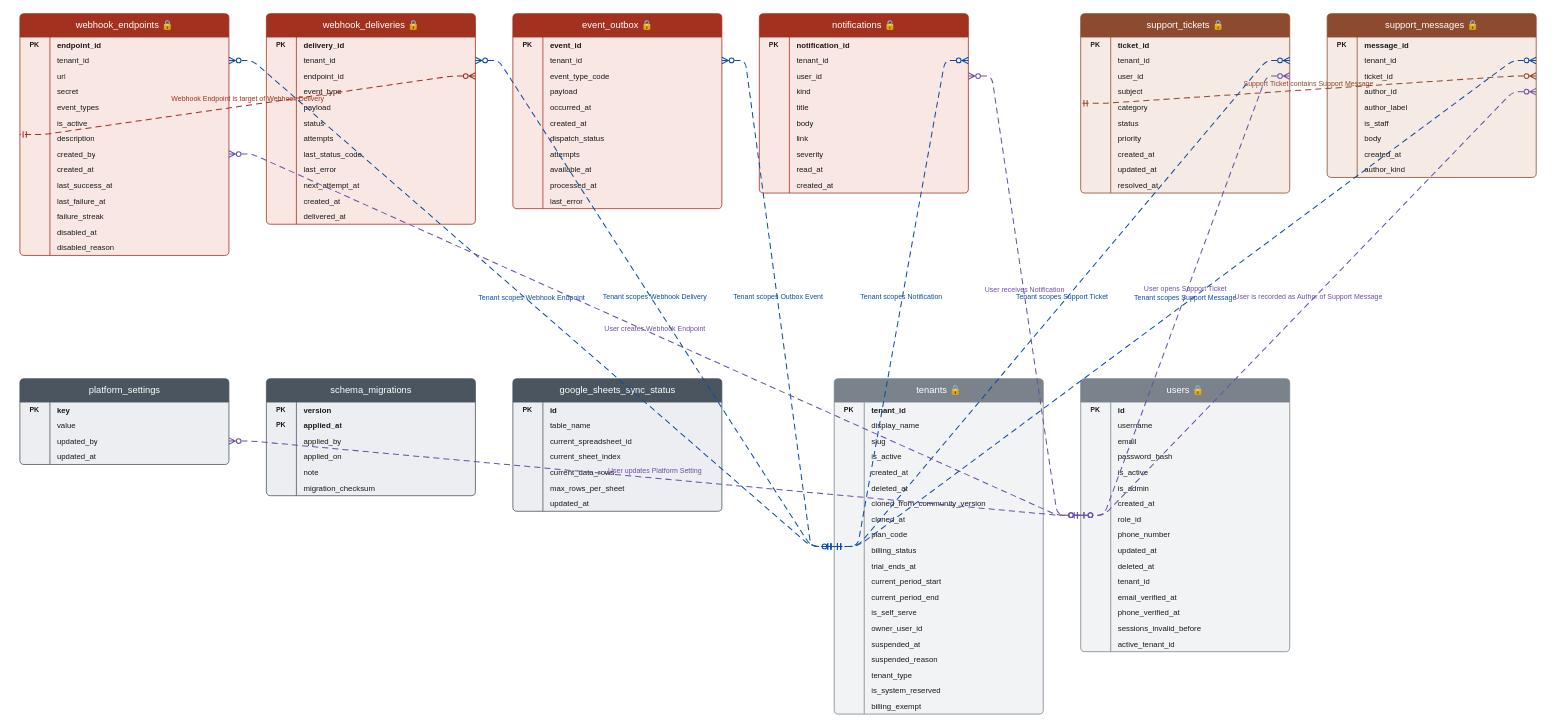
Before: docs/02-data/db/erd_groups/PDM_H.drawio in VOYA-SignBridge/VOYA-Collector, a draw.io diagram. Source tidied: cells renumbered, new cells numbered last; positions are measured from the earlier drawing's top-left corner, leaving out a move shared by most shapes. Both pictures are drawn from the tidied source at 78%, with x=0, y=0 at pixel (20, 13).
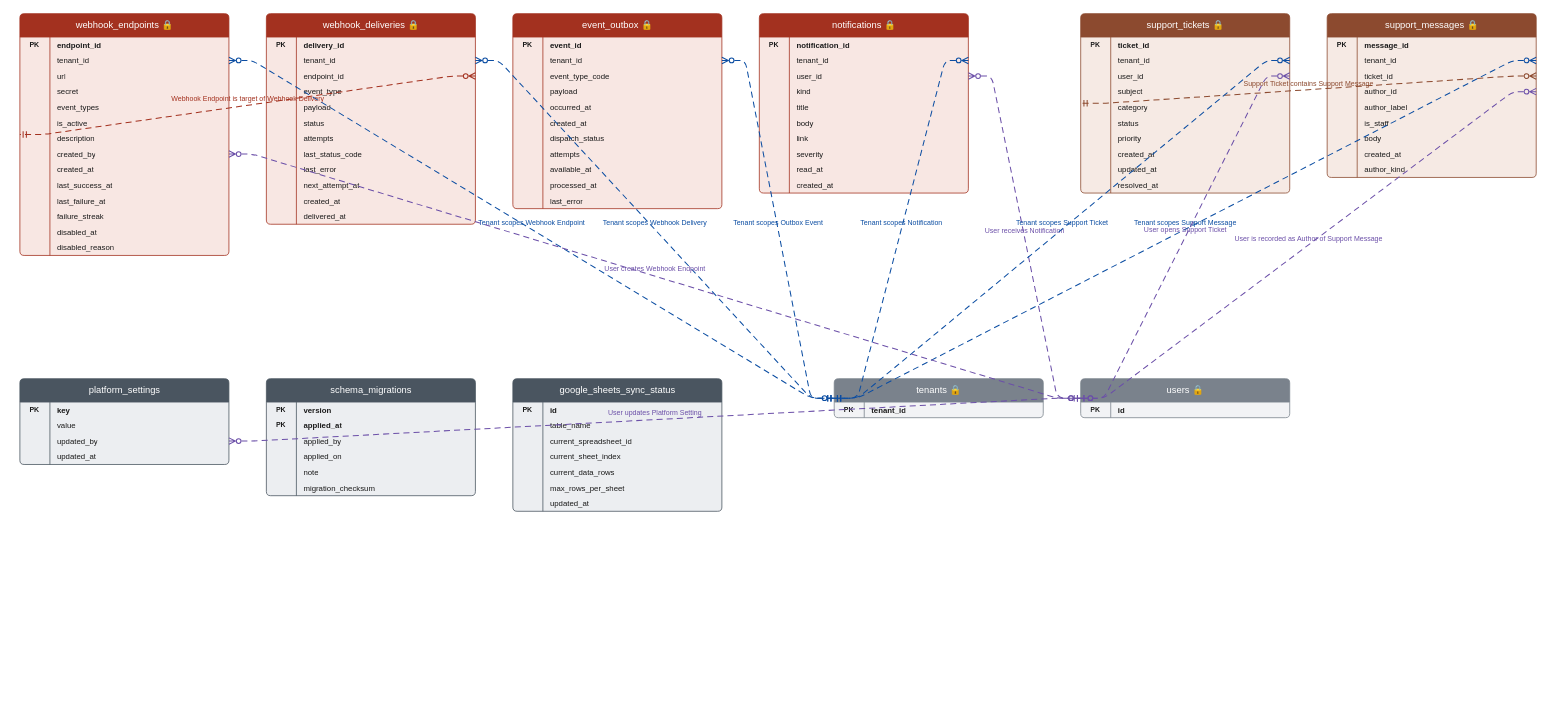
The same diagram, later.

What changed in the source:
```diff
@@
     <mxCell id="130" value="tenants 🔒" style="swimlane;fontStyle=0;horizontal=1;align=center;verticalAlign=middle;startSize=30;html=1;swimlaneFillColor=#F2F3F5;strokeColor=#7A828C;fillColor=#7A828C;fontColor=#FFFFFF;fontSize=12;rounded=1;arcSize=6;" parent="1" vertex="1">
-      <mxGeometry x="1044" y="468" width="268" height="430" as="geometry" />
+      <mxGeometry x="1044" y="468" width="268" height="50" as="geometry" />
     </mxCell>
     <mxCell id="131" style="line;direction=north;strokeColor=#7A828C;strokeWidth=1;html=1;" parent="1" vertex="1">
-      <mxGeometry x="1082" y="498" width="1" height="400" as="geometry" />
+      <mxGeometry x="1082" y="498" width="1" height="20" as="geometry" />
     </mxCell>
@@
-    <mxCell id="134" style="text;strokeColor=none;fillColor=none;align=center;verticalAlign=middle;overflow=hidden;html=1;fontSize=9;fontStyle=1;fontColor=#1A1A1A;" parent="130" vertex="1">
-      <mxGeometry y="50" width="38" height="20" as="geometry" />
-    </mxCell>
-    <mxCell id="135" value="display_name" style="text;strokeColor=none;fillColor=none;align=left;verticalAlign=middle;spacingLeft=8;spacingRight=6;overflow=hidden;whiteSpace=wrap;html=1;fontSize=10;fontColor=#1A1A1A;" parent="130" vertex="1">
-      <mxGeometry x="38" y="50" width="230" height="20" as="geometry" />
-    </mxCell>
-    <mxCell id="136" style="text;strokeColor=none;fillColor=none;align=center;verticalAlign=middle;overflow=hidden;html=1;fontSize=9;fontStyle=1;fontColor=#1A1A1A;" parent="130" vertex="1">
-      <mxGeometry y="70" width="38" height="20" as="geometry" />
-    </mxCell>
-    <mxCell id="137" value="slug" style="text;strokeColor=none;fillColor=none;align=left;verticalAlign=middle;spacingLeft=8;spacingRight=6;overflow=hidden;whiteSpace=wrap;html=1;fontSize=10;fontColor=#1A1A1A;" parent="130" vertex="1">
-      <mxGeometry x="38" y="70" width="230" height="20" as="geometry" />
-    </mxCell>
-    <mxCell id="138" style="text;strokeColor=none;fillColor=none;align=center;verticalAlign=middle;overflow=hidden;html=1;fontSize=9;fontStyle=1;fontColor=#1A1A1A;" parent="130" vertex="1">
-      <mxGeometry y="90" width="38" height="20" as="geometry" />
-    </mxCell>
-    <mxCell id="139" value="is_active" style="text;strokeColor=none;fillColor=none;align=left;verticalAlign=middle;spacingLeft=8;spacingRight=6;overflow=hidden;whiteSpace=wrap;html=1;fontSize=10;fontColor=#1A1A1A;" parent="130" vertex="1">
-      <mxGeometry x="38" y="90" width="230" height="20" as="geometry" />
-    </mxCell>
-    <mxCell id="140" style="text;strokeColor=none;fillColor=none;align=center;verticalAlign=middle;overflow=hidden;html=1;fontSize=9;fontStyle=1;fontColor=#1A1A1A;" parent="130" vertex="1">
-      <mxGeometry y="110" width="38" height="20" as="geometry" />
-    </mxCell>
-    <mxCell id="141" value="created_at" style="text;strokeColor=none;fillColor=none;align=left;verticalAlign=middle;spacingLeft=8;spacingRight=6;overflow=hidden;whiteSpace=wrap;html=1;fontSize=10;fontColor=#1A1A1A;" parent="130" vertex="1">
-      <mxGeometry x="38" y="110" width="230" height="20" as="geometry" />
-    </mxCell>
-    <mxCell id="142" style="text;strokeColor=none;fillColor=none;align=center;verticalAlign=middle;overflow=hidden;html=1;fontSize=9;fontStyle=1;fontColor=#1A1A1A;" parent="130" vertex="1">
-      <mxGeometry y="130" width="38" height="20" as="geometry" />
-    </mxCell>
-    <mxCell id="143" value="deleted_at" style="text;strokeColor=none;fillColor=none;align=left;verticalAlign=middle;spacingLeft=8;spacingRight=6;overflow=hidden;whiteSpace=wrap;html=1;fontSize=10;fontColor=#1A1A1A;" parent="130" vertex="1">
-      <mxGeometry x="38" y="130" width="230" height="20" as="geometry" />
-    </mxCell>
-    <mxCell id="144" style="text;strokeColor=none;fillColor=none;align=center;verticalAlign=middle;overflow=hidden;html=1;fontSize=9;fontStyle=1;fontColor=#1A1A1A;" parent="130" vertex="1">
-      <mxGeometry y="150" width="38" height="20" as="geometry" />
-    </mxCell>
-    <mxCell id="145" value="cloned_from_community_version" style="text;strokeColor=none;fillColor=none;align=left;verticalAlign=middle;spacingLeft=8;spacingRight=6;overflow=hidden;whiteSpace=wrap;html=1;fontSize=10;fontColor=#1A1A1A;" parent="130" vertex="1">
-      <mxGeometry x="38" y="150" width="230" height="20" as="geometry" />
-    </mxCell>
-    <mxCell id="146" style="text;strokeColor=none;fillColor=none;align=center;verticalAlign=middle;overflow=hidden;html=1;fontSize=9;fontStyle=1;fontColor=#1A1A1A;" parent="130" vertex="1">
-      <mxGeometry y="170" width="38" height="20" as="geometry" />
-    </mxCell>
-    <mxCell id="147" value="cloned_at" style="text;strokeColor=none;fillColor=none;align=left;verticalAlign=middle;spacingLeft=8;spacingRight=6;overflow=hidden;whiteSpace=wrap;html=1;fontSize=10;fontColor=#1A1A1A;" parent="130" vertex="1">
-      <mxGeometry x="38" y="170" width="230" height="20" as="geometry" />
-    </mxCell>
-    <mxCell id="148" style="text;strokeColor=none;fillColor=none;align=center;verticalAlign=middle;overflow=hidden;html=1;fontSize=9;fontStyle=1;fontColor=#1A1A1A;" parent="130" vertex="1">
-      <mxGeometry y="190" width="38" height="20" as="geometry" />
-    </mxCell>
-    <mxCell id="149" value="plan_code" style="text;strokeColor=none;fillColor=none;align=left;verticalAlign=middle;spacingLeft=8;spacingRight=6;overflow=hidden;whiteSpace=wrap;html=1;fontSize=10;fontColor=#1A1A1A;" parent="130" vertex="1">
-      <mxGeometry x="38" y="190" width="230" height="20" as="geometry" />
-    </mxCell>
-    <mxCell id="150" style="text;strokeColor=none;fillColor=none;align=center;verticalAlign=middle;overflow=hidden;html=1;fontSize=9;fontStyle=1;fontColor=#1A1A1A;" parent="130" vertex="1">
-      <mxGeometry y="210" width="38" height="20" as="geometry" />
-    </mxCell>
-    <mxCell id="151" value="billing_status" style="text;strokeColor=none;fillColor=none;align=left;verticalAlign=middle;spacingLeft=8;spacingRight=6;overflow=hidden;whiteSpace=wrap;html=1;fontSize=10;fontColor=#1A1A1A;" parent="130" vertex="1">
-      <mxGeometry x="38" y="210" width="230" height="20" as="geometry" />
-    </mxCell>
-    <mxCell id="152" style="text;strokeColor=none;fillColor=none;align=center;verticalAlign=middle;overflow=hidden;html=1;fontSize=9;fontStyle=1;fontColor=#1A1A1A;" parent="130" vertex="1">
-      <mxGeometry y="230" width="38" height="20" as="geometry" />
-    </mxCell>
-    <mxCell id="153" value="trial_ends_at" style="text;strokeColor=none;fillColor=none;align=left;verticalAlign=middle;spacingLeft=8;spacingRight=6;overflow=hidden;whiteSpace=wrap;html=1;fontSize=10;fontColor=#1A1A1A;" parent="130" vertex="1">
-      <mxGeometry x="38" y="230" width="230" height="20" as="geometry" />
-    </mxCell>
-    <mxCell id="154" style="text;strokeColor=none;fillColor=none;align=center;verticalAlign=middle;overflow=hidden;html=1;fontSize=9;fontStyle=1;fontColor=#1A1A1A;" parent="130" vertex="1">
-      <mxGeometry y="250" width="38" height="20" as="geometry" />
-    </mxCell>
-    <mxCell id="155" value="current_period_start" style="text;strokeColor=none;fillColor=none;align=left;verticalAlign=middle;spacingLeft=8;spacingRight=6;overflow=hidden;whiteSpace=wrap;html=1;fontSize=10;fontColor=#1A1A1A;" parent="130" vertex="1">
-      <mxGeometry x="38" y="250" width="230" height="20" as="geometry" />
-    </mxCell>
-    <mxCell id="156" style="text;strokeColor=none;fillColor=none;align=center;verticalAlign=middle;overflow=hidden;html=1;fontSize=9;fontStyle=1;fontColor=#1A1A1A;" parent="130" vertex="1">
-      <mxGeometry y="270" width="38" height="20" as="geometry" />
-    </mxCell>
-    <mxCell id="157" value="current_period_end" style="text;strokeColor=none;fillColor=none;align=left;verticalAlign=middle;spacingLeft=8;spacingRight=6;overflow=hidden;whiteSpace=wrap;html=1;fontSize=10;fontColor=#1A1A1A;" parent="130" vertex="1">
-      <mxGeometry x="38" y="270" width="230" height="20" as="geometry" />
-    </mxCell>
-    <mxCell id="158" style="text;strokeColor=none;fillColor=none;align=center;verticalAlign=middle;overflow=hidden;html=1;fontSize=9;fontStyle=1;fontColor=#1A1A1A;" parent="130" vertex="1">
-      <mxGeometry y="290" width="38" height="20" as="geometry" />
-    </mxCell>
-    <mxCell id="159" value="is_self_serve" style="text;strokeColor=none;fillColor=none;align=left;verticalAlign=middle;spacingLeft=8;spacingRight=6;overflow=hidden;whiteSpace=wrap;html=1;fontSize=10;fontColor=#1A1A1A;" parent="130" vertex="1">
-      <mxGeometry x="38" y="290" width="230" height="20" as="geometry" />
-    </mxCell>
-    <mxCell id="160" style="text;strokeColor=none;fillColor=none;align=center;verticalAlign=middle;overflow=hidden;html=1;fontSize=9;fontStyle=1;fontColor=#1A1A1A;" parent="130" vertex="1">
-      <mxGeometry y="310" width="38" height="20" as="geometry" />
-    </mxCell>
-    <mxCell id="161" value="owner_user_id" style="text;strokeColor=none;fillColor=none;align=left;verticalAlign=middle;spacingLeft=8;spacingRight=6;overflow=hidden;whiteSpace=wrap;html=1;fontSize=10;fontColor=#1A1A1A;" parent="130" vertex="1">
-      <mxGeometry x="38" y="310" width="230" height="20" as="geometry" />
-    </mxCell>
-    <mxCell id="162" style="text;strokeColor=none;fillColor=none;align=center;verticalAlign=middle;overflow=hidden;html=1;fontSize=9;fontStyle=1;fontColor=#1A1A1A;" parent="130" vertex="1">
-      <mxGeometry y="330" width="38" height="20" as="geometry" />
-    </mxCell>
-    <mxCell id="163" value="suspended_at" style="text;strokeColor=none;fillColor=none;align=left;verticalAlign=middle;spacingLeft=8;spacingRight=6;overflow=hidden;whiteSpace=wrap;html=1;fontSize=10;fontColor=#1A1A1A;" parent="130" vertex="1">
-      <mxGeometry x="38" y="330" width="230" height="20" as="geometry" />
-    </mxCell>
-    <mxCell id="164" style="text;strokeColor=none;fillColor=none;align=center;verticalAlign=middle;overflow=hidden;html=1;fontSize=9;fontStyle=1;fontColor=#1A1A1A;" parent="130" vertex="1">
-      <mxGeometry y="350" width="38" height="20" as="geometry" />
-    </mxCell>
-    <mxCell id="165" value="suspended_reason" style="text;strokeColor=none;fillColor=none;align=left;verticalAlign=middle;spacingLeft=8;spacingRight=6;overflow=hidden;whiteSpace=wrap;html=1;fontSize=10;fontColor=#1A1A1A;" parent="130" vertex="1">
-      <mxGeometry x="38" y="350" width="230" height="20" as="geometry" />
-    </mxCell>
-    <mxCell id="166" style="text;strokeColor=none;fillColor=none;align=center;verticalAlign=middle;overflow=hidden;html=1;fontSize=9;fontStyle=1;fontColor=#1A1A1A;" parent="130" vertex="1">
-      <mxGeometry y="370" width="38" height="20" as="geometry" />
-    </mxCell>
-    <mxCell id="167" value="tenant_type" style="text;strokeColor=none;fillColor=none;align=left;verticalAlign=middle;spacingLeft=8;spacingRight=6;overflow=hidden;whiteSpace=wrap;html=1;fontSize=10;fontColor=#1A1A1A;" parent="130" vertex="1">
-      <mxGeometry x="38" y="370" width="230" height="20" as="geometry" />
-    </mxCell>
-    <mxCell id="168" style="text;strokeColor=none;fillColor=none;align=center;verticalAlign=middle;overflow=hidden;html=1;fontSize=9;fontStyle=1;fontColor=#1A1A1A;" parent="130" vertex="1">
-      <mxGeometry y="390" width="38" height="20" as="geometry" />
-    </mxCell>
-    <mxCell id="169" value="is_system_reserved" style="text;strokeColor=none;fillColor=none;align=left;verticalAlign=middle;spacingLeft=8;spacingRight=6;overflow=hidden;whiteSpace=wrap;html=1;fontSize=10;fontColor=#1A1A1A;" parent="130" vertex="1">
-      <mxGeometry x="38" y="390" width="230" height="20" as="geometry" />
-    </mxCell>
-    <mxCell id="170" style="text;strokeColor=none;fillColor=none;align=center;verticalAlign=middle;overflow=hidden;html=1;fontSize=9;fontStyle=1;fontColor=#1A1A1A;" parent="130" vertex="1">
-      <mxGeometry y="410" width="38" height="20" as="geometry" />
-    </mxCell>
-    <mxCell id="171" value="billing_exempt" style="text;strokeColor=none;fillColor=none;align=left;verticalAlign=middle;spacingLeft=8;spacingRight=6;overflow=hidden;whiteSpace=wrap;html=1;fontSize=10;fontColor=#1A1A1A;" parent="130" vertex="1">
-      <mxGeometry x="38" y="410" width="230" height="20" as="geometry" />
-    </mxCell>
     <mxCell id="172" value="users 🔒" style="swimlane;fontStyle=0;horizontal=1;align=center;verticalAlign=middle;startSize=30;html=1;swimlaneFillColor=#F2F3F5;strokeColor=#7A828C;fillColor=#7A828C;fontColor=#FFFFFF;fontSize=12;rounded=1;arcSize=6;" parent="1" vertex="1">
-      <mxGeometry x="1360" y="468" width="268" height="350" as="geometry" />
+      <mxGeometry x="1360" y="468" width="268" height="50" as="geometry" />
     </mxCell>
     <mxCell id="173" style="line;direction=north;strokeColor=#7A828C;strokeWidth=1;html=1;" parent="1" vertex="1">
-      <mxGeometry x="1398" y="498" width="1" height="320" as="geometry" />
+      <mxGeometry x="1398" y="498" width="1" height="20" as="geometry" />
     </mxCell>
@@
-    <mxCell id="176" style="text;strokeColor=none;fillColor=none;align=center;verticalAlign=middle;overflow=hidden;html=1;fontSize=9;fontStyle=1;fontColor=#1A1A1A;" parent="172" vertex="1">
-      <mxGeometry y="50" width="38" height="20" as="geometry" />
-    </mxCell>
-    <mxCell id="177" value="username" style="text;strokeColor=none;fillColor=none;align=left;verticalAlign=middle;spacingLeft=8;spacingRight=6;overflow=hidden;whiteSpace=wrap;html=1;fontSize=10;fontColor=#1A1A1A;" parent="172" vertex="1">
-      <mxGeometry x="38" y="50" width="230" height="20" as="geometry" />
-    </mxCell>
-    <mxCell id="178" style="text;strokeColor=none;fillColor=none;align=center;verticalAlign=middle;overflow=hidden;html=1;fontSize=9;fontStyle=1;fontColor=#1A1A1A;" parent="172" vertex="1">
-      <mxGeometry y="70" width="38" height="20" as="geometry" />
-    </mxCell>
-    <mxCell id="179" value="email" style="text;strokeColor=none;fillColor=none;align=left;verticalAlign=middle;spacingLeft=8;spacingRight=6;overflow=hidden;whiteSpace=wrap;html=1;fontSize=10;fontColor=#1A1A1A;" parent="172" vertex="1">
-      <mxGeometry x="38" y="70" width="230" height="20" as="geometry" />
-    </mxCell>
-    <mxCell id="180" style="text;strokeColor=none;fillColor=none;align=center;verticalAlign=middle;overflow=hidden;html=1;fontSize=9;fontStyle=1;fontColor=#1A1A1A;" parent="172" vertex="1">
-      <mxGeometry y="90" width="38" height="20" as="geometry" />
-    </mxCell>
-    <mxCell id="181" value="password_hash" style="text;strokeColor=none;fillColor=none;align=left;verticalAlign=middle;spacingLeft=8;spacingRight=6;overflow=hidden;whiteSpace=wrap;html=1;fontSize=10;fontColor=#1A1A1A;" parent="172" vertex="1">
-      <mxGeometry x="38" y="90" width="230" height="20" as="geometry" />
-    </mxCell>
-    <mxCell id="182" style="text;strokeColor=none;fillColor=none;align=center;verticalAlign=middle;overflow=hidden;html=1;fontSize=9;fontStyle=1;fontColor=#1A1A1A;" parent="172" vertex="1">
-      <mxGeometry y="110" width="38" height="20" as="geometry" />
-    </mxCell>
-    <mxCell id="183" value="is_active" style="text;strokeColor=none;fillColor=none;align=left;verticalAlign=middle;spacingLeft=8;spacingRight=6;overflow=hidden;whiteSpace=wrap;html=1;fontSize=10;fontColor=#1A1A1A;" parent="172" vertex="1">
-      <mxGeometry x="38" y="110" width="230" height="20" as="geometry" />
-    </mxCell>
-    <mxCell id="184" style="text;strokeColor=none;fillColor=none;align=center;verticalAlign=middle;overflow=hidden;html=1;fontSize=9;fontStyle=1;fontColor=#1A1A1A;" parent="172" vertex="1">
-      <mxGeometry y="130" width="38" height="20" as="geometry" />
-    </mxCell>
-    <mxCell id="185" value="is_admin" style="text;strokeColor=none;fillColor=none;align=left;verticalAlign=middle;spacingLeft=8;spacingRight=6;overflow=hidden;whiteSpace=wrap;html=1;fontSize=10;fontColor=#1A1A1A;" parent="172" vertex="1">
-      <mxGeometry x="38" y="130" width="230" height="20" as="geometry" />
-    </mxCell>
-    <mxCell id="186" style="text;strokeColor=none;fillColor=none;align=center;verticalAlign=middle;overflow=hidden;html=1;fontSize=9;fontStyle=1;fontColor=#1A1A1A;" parent="172" vertex="1">
-      <mxGeometry y="150" width="38" height="20" as="geometry" />
-    </mxCell>
-    <mxCell id="187" value="created_at" style="text;strokeColor=none;fillColor=none;align=left;verticalAlign=middle;spacingLeft=8;spacingRight=6;overflow=hidden;whiteSpace=wrap;html=1;fontSize=10;fontColor=#1A1A1A;" parent="172" vertex="1">
-      <mxGeometry x="38" y="150" width="230" height="20" as="geometry" />
-    </mxCell>
-    <mxCell id="188" style="text;strokeColor=none;fillColor=none;align=center;verticalAlign=middle;overflow=hidden;html=1;fontSize=9;fontStyle=1;fontColor=#1A1A1A;" parent="172" vertex="1">
-      <mxGeometry y="170" width="38" height="20" as="geometry" />
-    </mxCell>
-    <mxCell id="189" value="role_id" style="text;strokeColor=none;fillColor=none;align=left;verticalAlign=middle;spacingLeft=8;spacingRight=6;overflow=hidden;whiteSpace=wrap;html=1;fontSize=10;fontColor=#1A1A1A;" parent="172" vertex="1">
-      <mxGeometry x="38" y="170" width="230" height="20" as="geometry" />
-    </mxCell>
-    <mxCell id="190" style="text;strokeColor=none;fillColor=none;align=center;verticalAlign=middle;overflow=hidden;html=1;fontSize=9;fontStyle=1;fontColor=#1A1A1A;" parent="172" vertex="1">
-      <mxGeometry y="190" width="38" height="20" as="geometry" />
-    </mxCell>
-    <mxCell id="191" value="phone_number" style="text;strokeColor=none;fillColor=none;align=left;verticalAlign=middle;spacingLeft=8;spacingRight=6;overflow=hidden;whiteSpace=wrap;html=1;fontSize=10;fontColor=#1A1A1A;" parent="172" vertex="1">
-      <mxGeometry x="38" y="190" width="230" height="20" as="geometry" />
-    </mxCell>
-    <mxCell id="192" style="text;strokeColor=none;fillColor=none;align=center;verticalAlign=middle;overflow=hidden;html=1;fontSize=9;fontStyle=1;fontColor=#1A1A1A;" parent="172" vertex="1">
-      <mxGeometry y="210" width="38" height="20" as="geometry" />
-    </mxCell>
-    <mxCell id="193" value="updated_at" style="text;strokeColor=none;fillColor=none;align=left;verticalAlign=middle;spacingLeft=8;spacingRight=6;overflow=hidden;whiteSpace=wrap;html=1;fontSize=10;fontColor=#1A1A1A;" parent="172" vertex="1">
-      <mxGeometry x="38" y="210" width="230" height="20" as="geometry" />
-    </mxCell>
-    <mxCell id="194" style="text;strokeColor=none;fillColor=none;align=center;verticalAlign=middle;overflow=hidden;html=1;fontSize=9;fontStyle=1;fontColor=#1A1A1A;" parent="172" vertex="1">
-      <mxGeometry y="230" width="38" height="20" as="geometry" />
-    </mxCell>
-    <mxCell id="195" value="deleted_at" style="text;strokeColor=none;fillColor=none;align=left;verticalAlign=middle;spacingLeft=8;spacingRight=6;overflow=hidden;whiteSpace=wrap;html=1;fontSize=10;fontColor=#1A1A1A;" parent="172" vertex="1">
-      <mxGeometry x="38" y="230" width="230" height="20" as="geometry" />
-    </mxCell>
-    <mxCell id="196" style="text;strokeColor=none;fillColor=none;align=center;verticalAlign=middle;overflow=hidden;html=1;fontSize=9;fontStyle=1;fontColor=#1A1A1A;" parent="172" vertex="1">
-      <mxGeometry y="250" width="38" height="20" as="geometry" />
-    </mxCell>
-    <mxCell id="197" value="tenant_id" style="text;strokeColor=none;fillColor=none;align=left;verticalAlign=middle;spacingLeft=8;spacingRight=6;overflow=hidden;whiteSpace=wrap;html=1;fontSize=10;fontColor=#1A1A1A;" parent="172" vertex="1">
-      <mxGeometry x="38" y="250" width="230" height="20" as="geometry" />
-    </mxCell>
-    <mxCell id="198" style="text;strokeColor=none;fillColor=none;align=center;verticalAlign=middle;overflow=hidden;html=1;fontSize=9;fontStyle=1;fontColor=#1A1A1A;" parent="172" vertex="1">
-      <mxGeometry y="270" width="38" height="20" as="geometry" />
-    </mxCell>
-    <mxCell id="199" value="email_verified_at" style="text;strokeColor=none;fillColor=none;align=left;verticalAlign=middle;spacingLeft=8;spacingRight=6;overflow=hidden;whiteSpace=wrap;html=1;fontSize=10;fontColor=#1A1A1A;" parent="172" vertex="1">
-      <mxGeometry x="38" y="270" width="230" height="20" as="geometry" />
-    </mxCell>
-    <mxCell id="200" style="text;strokeColor=none;fillColor=none;align=center;verticalAlign=middle;overflow=hidden;html=1;fontSize=9;fontStyle=1;fontColor=#1A1A1A;" parent="172" vertex="1">
-      <mxGeometry y="290" width="38" height="20" as="geometry" />
-    </mxCell>
-    <mxCell id="201" value="phone_verified_at" style="text;strokeColor=none;fillColor=none;align=left;verticalAlign=middle;spacingLeft=8;spacingRight=6;overflow=hidden;whiteSpace=wrap;html=1;fontSize=10;fontColor=#1A1A1A;" parent="172" vertex="1">
-      <mxGeometry x="38" y="290" width="230" height="20" as="geometry" />
-    </mxCell>
-    <mxCell id="202" style="text;strokeColor=none;fillColor=none;align=center;verticalAlign=middle;overflow=hidden;html=1;fontSize=9;fontStyle=1;fontColor=#1A1A1A;" parent="172" vertex="1">
-      <mxGeometry y="310" width="38" height="20" as="geometry" />
-    </mxCell>
-    <mxCell id="203" value="sessions_invalid_before" style="text;strokeColor=none;fillColor=none;align=left;verticalAlign=middle;spacingLeft=8;spacingRight=6;overflow=hidden;whiteSpace=wrap;html=1;fontSize=10;fontColor=#1A1A1A;" parent="172" vertex="1">
-      <mxGeometry x="38" y="310" width="230" height="20" as="geometry" />
-    </mxCell>
-    <mxCell id="204" style="text;strokeColor=none;fillColor=none;align=center;verticalAlign=middle;overflow=hidden;html=1;fontSize=9;fontStyle=1;fontColor=#1A1A1A;" parent="172" vertex="1">
-      <mxGeometry y="330" width="38" height="20" as="geometry" />
-    </mxCell>
-    <mxCell id="205" value="active_tenant_id" style="text;strokeColor=none;fillColor=none;align=left;verticalAlign=middle;spacingLeft=8;spacingRight=6;overflow=hidden;whiteSpace=wrap;html=1;fontSize=10;fontColor=#1A1A1A;" parent="172" vertex="1">
-      <mxGeometry x="38" y="330" width="230" height="20" as="geometry" />
-    </mxCell>
```
